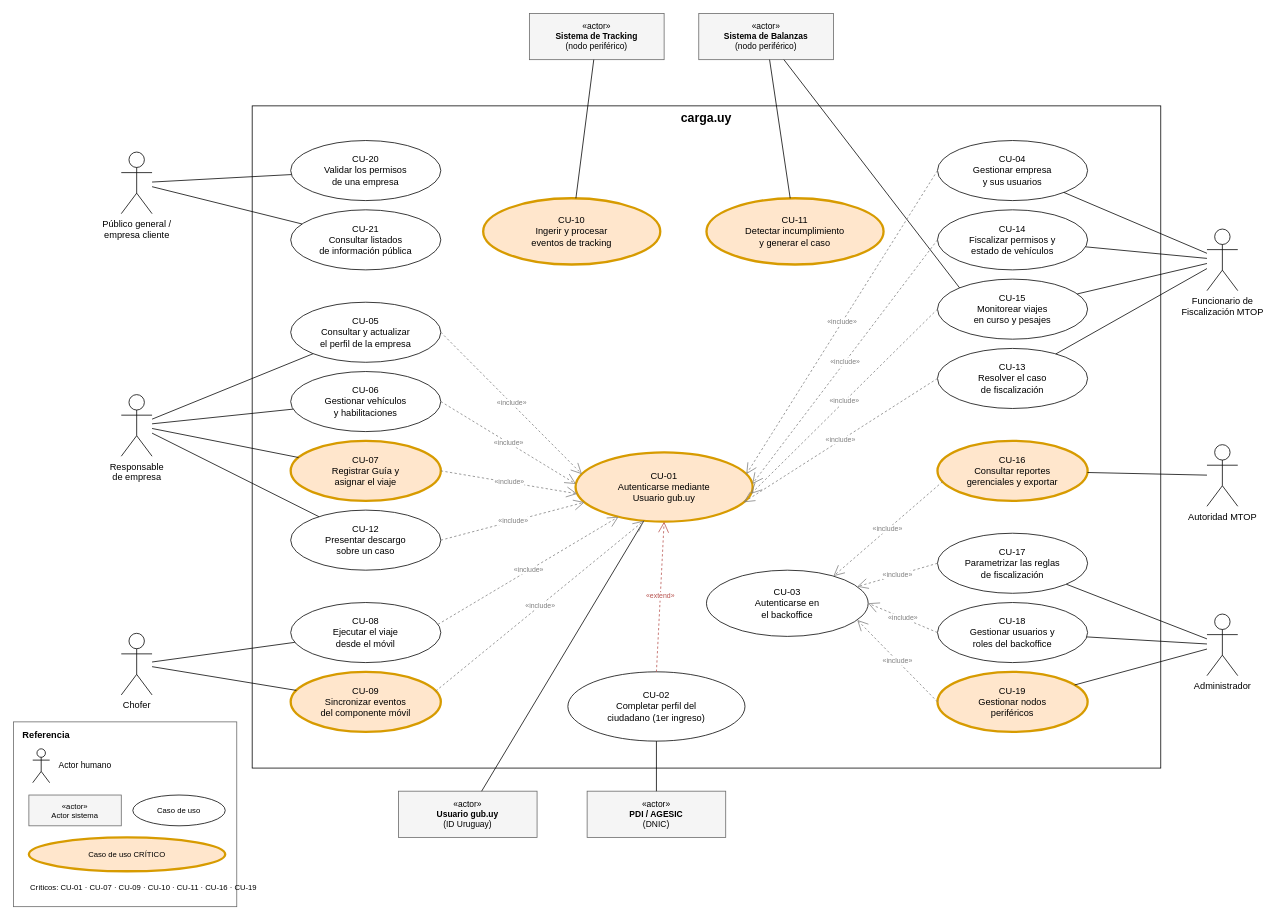
Before: docs/informe/fuentes-drawio/carga-uy-casos-de-uso-v3.drawio in LucasLazogue/TSE-carga-uy, a draw.io diagram. Source tidied: cells renumbered, new cells numbered last; positions are measured from the earlier drawing's top-left corner, leaving out a move shared by most shapes. Both pictures are drawn from the tidied source at 77%, with x=0, y=0 at pixel (13, 13).
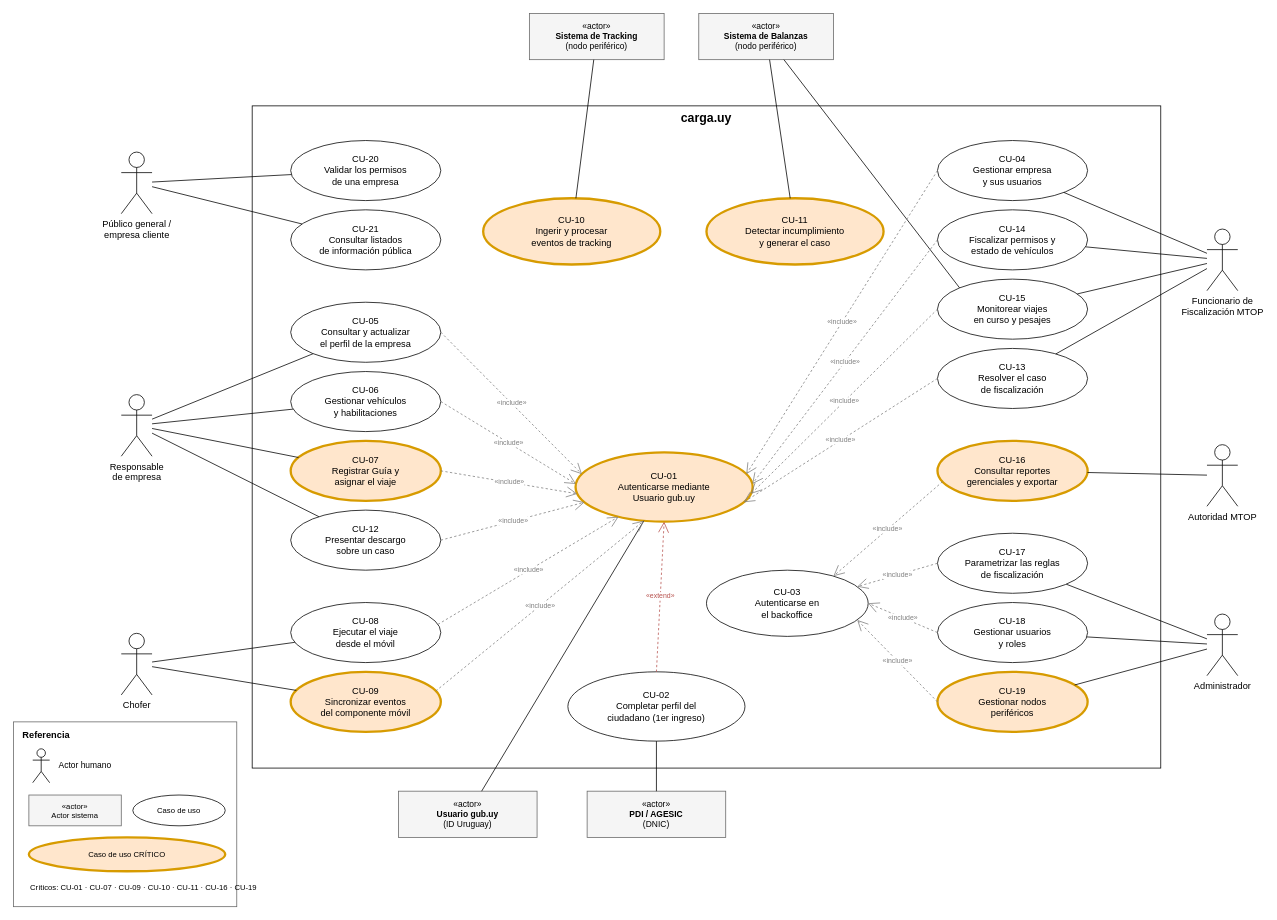
After the change.

Change to the diagram source:
```diff
@@
-    <mxCell id="32" value="CU-18&lt;br&gt;Gestionar usuarios y&lt;br&gt;roles del backoffice" style="ellipse;whiteSpace=wrap;html=1;" parent="1" vertex="1">
+    <mxCell id="32" value="CU-18&lt;br&gt;Gestionar usuarios&lt;br&gt;y roles" style="ellipse;whiteSpace=wrap;html=1;" parent="1" vertex="1">
       <mxGeometry x="1200" y="765" width="195" height="78" as="geometry" />
     </mxCell>
```
